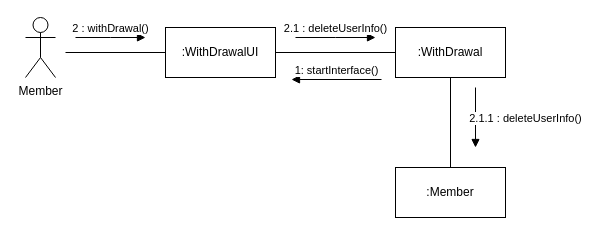
Earlier version of the draw.io diagram B981008_김미래/회원탈퇴.drawio (FinancialWorld16/SE_TEAM). Source tidied: cells renumbered, new cells numbered last; positions are measured from the earlier drawing's top-left corner, leaving out a move shared by most shapes. Both pictures are drawn from the tidied source at 100%, with x=0, y=0 at pixel (25, 17).
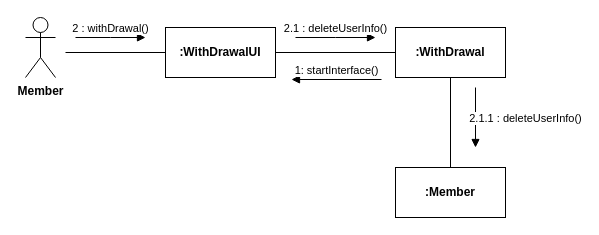
The same diagram, later.

What changed in the source:
```diff
@@
 <mxGraphModel>
   <root>
     <mxCell id="0" />
     <mxCell id="1" parent="0" />
-    <mxCell id="2" value="Member" style="shape=umlActor;verticalLabelPosition=bottom;verticalAlign=top;html=1;" parent="1" vertex="1">
+    <mxCell id="2" value="Member" style="shape=umlActor;verticalLabelPosition=bottom;verticalAlign=top;html=1;fontStyle=1;" parent="1" vertex="1">
       <mxGeometry width="30" height="60" as="geometry" />
     </mxCell>
-    <mxCell id="3" value=":WithDrawalUI" style="html=1;whiteSpace=wrap;" parent="1" vertex="1">
+    <mxCell id="3" value=":WithDrawalUI" style="html=1;whiteSpace=wrap;fontStyle=1;" parent="1" vertex="1">
       <mxGeometry x="140" y="10" width="110" height="50" as="geometry" />
     </mxCell>
-    <mxCell id="4" value=":WithDrawal" style="html=1;whiteSpace=wrap;" parent="1" vertex="1">
+    <mxCell id="4" value=":WithDrawal" style="html=1;whiteSpace=wrap;fontStyle=1;" parent="1" vertex="1">
       <mxGeometry x="370" y="10" width="110" height="50" as="geometry" />
     </mxCell>
     <mxCell id="5" style="line;strokeWidth=1;fillColor=none;align=left;verticalAlign=middle;spacingTop=-1;spacingLeft=3;spacingRight=3;labelPosition=right;strokeColor=inherit;" parent="1" vertex="1">
       <mxGeometry x="40" y="31" width="100" height="8" as="geometry" />
     </mxCell>
     <mxCell id="6" style="line;strokeWidth=1;fillColor=none;align=left;verticalAlign=middle;spacingTop=-1;spacingLeft=3;spacingRight=3;labelPosition=right;strokeColor=inherit;" parent="1" vertex="1">
       <mxGeometry x="250" y="31" width="120" height="8" as="geometry" />
     </mxCell>
-    <mxCell id="7" value=":Member" style="html=1;whiteSpace=wrap;" parent="1" vertex="1">
+    <mxCell id="7" value=":Member" style="html=1;whiteSpace=wrap;fontStyle=1;" parent="1" vertex="1">
       <mxGeometry x="370" y="150" width="110" height="50" as="geometry" />
     </mxCell>
     <mxCell id="8" style="endArrow=none;html=1;rounded=0;exitX=0.5;exitY=0;exitDx=0;exitDy=0;entryX=0.5;entryY=1;entryDx=0;entryDy=0;" parent="1" edge="1" source="7" target="4">
       <mxGeometry relative="1" as="geometry" />
     </mxCell>
     <mxCell id="9" value="2 : withDrawal()" style="html=1;verticalAlign=bottom;endArrow=block;edgeStyle=elbowEdgeStyle;elbow=horizontal;curved=0;rounded=0;" parent="1" edge="1">
       <mxGeometry relative="1" as="geometry">
         <mxPoint x="50" y="20" as="sourcePoint" />
         <mxPoint x="120" y="20" as="targetPoint" />
       </mxGeometry>
     </mxCell>
     <mxCell id="10" value="2.1 : deleteUserInfo()" style="html=1;verticalAlign=bottom;endArrow=block;edgeStyle=elbowEdgeStyle;elbow=vertical;curved=0;rounded=0;" parent="1" edge="1">
       <mxGeometry relative="1" as="geometry">
         <mxPoint x="270" y="20" as="sourcePoint" />
         <mxPoint x="350" y="20" as="targetPoint" />
       </mxGeometry>
     </mxCell>
     <mxCell id="11" value="2.1.1 : deleteUserInfo()" style="html=1;verticalAlign=bottom;endArrow=block;edgeStyle=elbowEdgeStyle;elbow=vertical;curved=0;rounded=0;" parent="1" edge="1">
       <mxGeometry x="0.33" y="50" relative="1" as="geometry">
         <mxPoint x="450" y="70" as="sourcePoint" />
         <mxPoint x="450" y="130" as="targetPoint" />
       </mxGeometry>
     </mxCell>
     <mxCell id="12" value="1: startInterface()" style="html=1;verticalAlign=bottom;endArrow=block;rounded=0;" parent="1" edge="1">
       <mxGeometry relative="1" as="geometry">
         <mxPoint x="356" y="62" as="sourcePoint" />
         <mxPoint x="266" y="62" as="targetPoint" />
       </mxGeometry>
     </mxCell>
   </root>
 </mxGraphModel>
```
